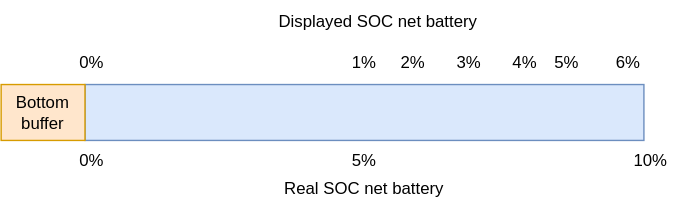
Earlier version of the draw.io export content/technology/battery/buffer/hiddenbuffer.drawio.svg (evkx/evkx.github.io). Source tidied: cells renumbered, new cells last; positions are measured from the earlier drawing's top-left corner, leaving out a move shared by most shapes.
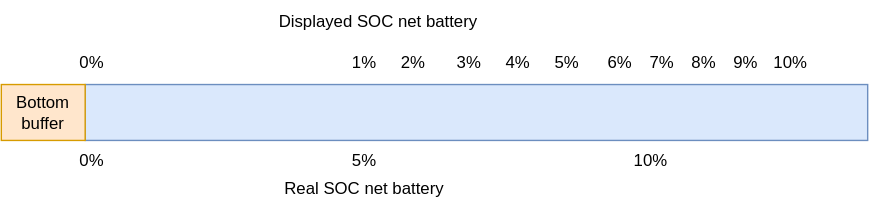
The same file after the commit.

What changed in the source:
```diff
@@ -3,7 +3,7 @@
     <mxCell id="0" />
     <mxCell id="1" parent="0" />
     <mxCell id="2" style="rounded=0;whiteSpace=wrap;html=1;fillColor=#dae8fc;strokeColor=#6c8ebf;" parent="1" vertex="1">
-      <mxGeometry x="60" y="60" width="400" height="40" as="geometry" />
+      <mxGeometry x="60" y="60" width="560" height="40" as="geometry" />
     </mxCell>
     <mxCell id="3" value="0%" style="text;html=1;strokeColor=none;fillColor=none;align=center;verticalAlign=middle;whiteSpace=wrap;rounded=0;" parent="1" vertex="1">
       <mxGeometry x="50" y="100" width="30" height="30" as="geometry" />
@@ -30,13 +30,13 @@
       <mxGeometry x="320" y="30" width="30" height="30" as="geometry" />
     </mxCell>
     <mxCell id="11" value="4%" style="text;html=1;strokeColor=none;fillColor=none;align=center;verticalAlign=middle;whiteSpace=wrap;rounded=0;" parent="1" vertex="1">
-      <mxGeometry x="360" y="30" width="30" height="30" as="geometry" />
+      <mxGeometry x="355" y="30" width="30" height="30" as="geometry" />
     </mxCell>
     <mxCell id="12" value="5%" style="text;html=1;strokeColor=none;fillColor=none;align=center;verticalAlign=middle;whiteSpace=wrap;rounded=0;" parent="1" vertex="1">
       <mxGeometry x="390" y="30" width="30" height="30" as="geometry" />
     </mxCell>
     <mxCell id="13" value="6%" style="text;html=1;strokeColor=none;fillColor=none;align=center;verticalAlign=middle;whiteSpace=wrap;rounded=0;" parent="1" vertex="1">
-      <mxGeometry x="434" y="30" width="30" height="30" as="geometry" />
+      <mxGeometry x="428" y="30" width="30" height="30" as="geometry" />
     </mxCell>
     <mxCell id="14" value="Displayed SOC net battery" style="text;html=1;strokeColor=none;fillColor=none;align=center;verticalAlign=middle;whiteSpace=wrap;rounded=0;" parent="1" vertex="1">
       <mxGeometry x="195" width="150" height="30" as="geometry" />
@@ -44,5 +44,17 @@
     <mxCell id="15" value="Bottom buffer" style="rounded=0;whiteSpace=wrap;html=1;fillColor=#ffe6cc;strokeColor=#d79b00;" parent="1" vertex="1">
       <mxGeometry y="60" width="60" height="40" as="geometry" />
     </mxCell>
+    <mxCell id="16" value="7%" style="text;html=1;strokeColor=none;fillColor=none;align=center;verticalAlign=middle;whiteSpace=wrap;rounded=0;" parent="1" vertex="1">
+      <mxGeometry x="458" y="30" width="30" height="30" as="geometry" />
+    </mxCell>
+    <mxCell id="17" value="8%" style="text;html=1;strokeColor=none;fillColor=none;align=center;verticalAlign=middle;whiteSpace=wrap;rounded=0;" parent="1" vertex="1">
+      <mxGeometry x="488" y="30" width="30" height="30" as="geometry" />
+    </mxCell>
+    <mxCell id="18" value="9%" style="text;html=1;strokeColor=none;fillColor=none;align=center;verticalAlign=middle;whiteSpace=wrap;rounded=0;" parent="1" vertex="1">
+      <mxGeometry x="518" y="30" width="30" height="30" as="geometry" />
+    </mxCell>
+    <mxCell id="19" value="10%" style="text;html=1;strokeColor=none;fillColor=none;align=center;verticalAlign=middle;whiteSpace=wrap;rounded=0;" parent="1" vertex="1">
+      <mxGeometry x="550" y="30" width="30" height="30" as="geometry" />
+    </mxCell>
   </root>
 </mxGraphModel>
```
